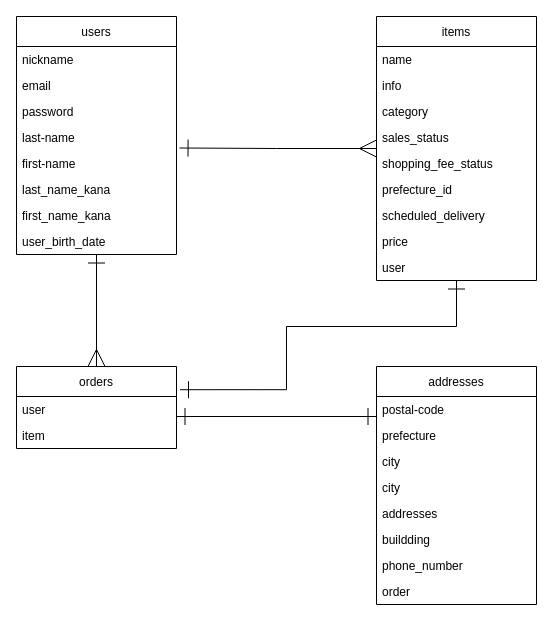
Above: furima.dio in mikuma1/furima-31094 (draw.io), before the change. Source tidied: cells renumbered, new cells numbered last; positions are measured from the earlier drawing's top-left corner, leaving out a move shared by most shapes. Both pictures are drawn from the tidied source at 100%, with x=0, y=0 at pixel (16, 16).
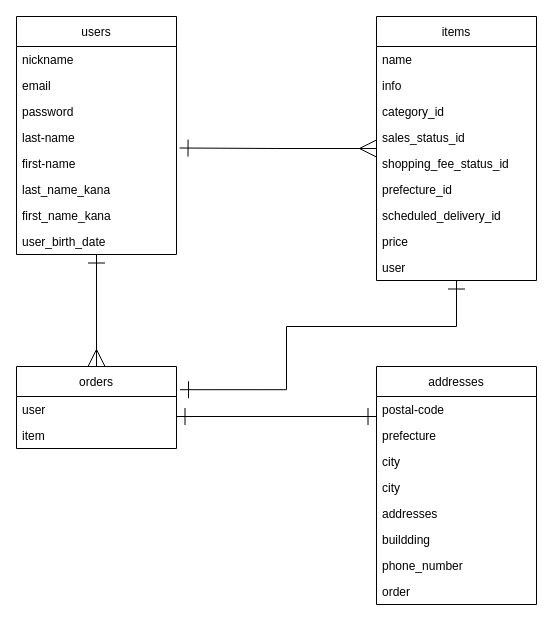
The same diagram, later.

Commit message (it also covers changes not shown here):
itemsテーブルのactive_hashで導入するカラム名に’_id’を追加

The change refers to these unchanged cells:
```xml
<mxCell id="4" value="items" style="swimlane;fontStyle=0;horizontal=1;startSize=30;fillColor=none;" parent="1" vertex="1">
  <mxGeometry x="360" width="160" height="264" as="geometry" />
</mxCell>
```

Change to the diagram source:
```diff
@@
-    <mxCell id="7" value="category" style="text;strokeColor=none;fillColor=none;align=left;verticalAlign=top;spacingLeft=4;spacingRight=4;overflow=hidden;" parent="4" vertex="1">
+    <mxCell id="7" value="category_id" style="text;strokeColor=none;fillColor=none;align=left;verticalAlign=top;spacingLeft=4;spacingRight=4;overflow=hidden;" parent="4" vertex="1">
       <mxGeometry y="82" width="160" height="26" as="geometry" />
     </mxCell>
-    <mxCell id="8" value="sales_status" style="text;strokeColor=none;fillColor=none;align=left;verticalAlign=top;spacingLeft=4;spacingRight=4;overflow=hidden;" parent="4" vertex="1">
+    <mxCell id="8" value="sales_status_id" style="text;strokeColor=none;fillColor=none;align=left;verticalAlign=top;spacingLeft=4;spacingRight=4;overflow=hidden;" parent="4" vertex="1">
       <mxGeometry y="108" width="160" height="26" as="geometry" />
     </mxCell>
-    <mxCell id="9" value="shopping_fee_status" style="text;strokeColor=none;fillColor=none;align=left;verticalAlign=top;spacingLeft=4;spacingRight=4;overflow=hidden;" parent="4" vertex="1">
+    <mxCell id="9" value="shopping_fee_status_id" style="text;strokeColor=none;fillColor=none;align=left;verticalAlign=top;spacingLeft=4;spacingRight=4;overflow=hidden;" parent="4" vertex="1">
       <mxGeometry y="134" width="160" height="26" as="geometry" />
     </mxCell>
@@
-    <mxCell id="11" value="scheduled_delivery" style="text;strokeColor=none;fillColor=none;align=left;verticalAlign=top;spacingLeft=4;spacingRight=4;overflow=hidden;" parent="4" vertex="1">
+    <mxCell id="11" value="scheduled_delivery_id" style="text;strokeColor=none;fillColor=none;align=left;verticalAlign=top;spacingLeft=4;spacingRight=4;overflow=hidden;" parent="4" vertex="1">
       <mxGeometry y="186" width="160" height="26" as="geometry" />
     </mxCell>
```
